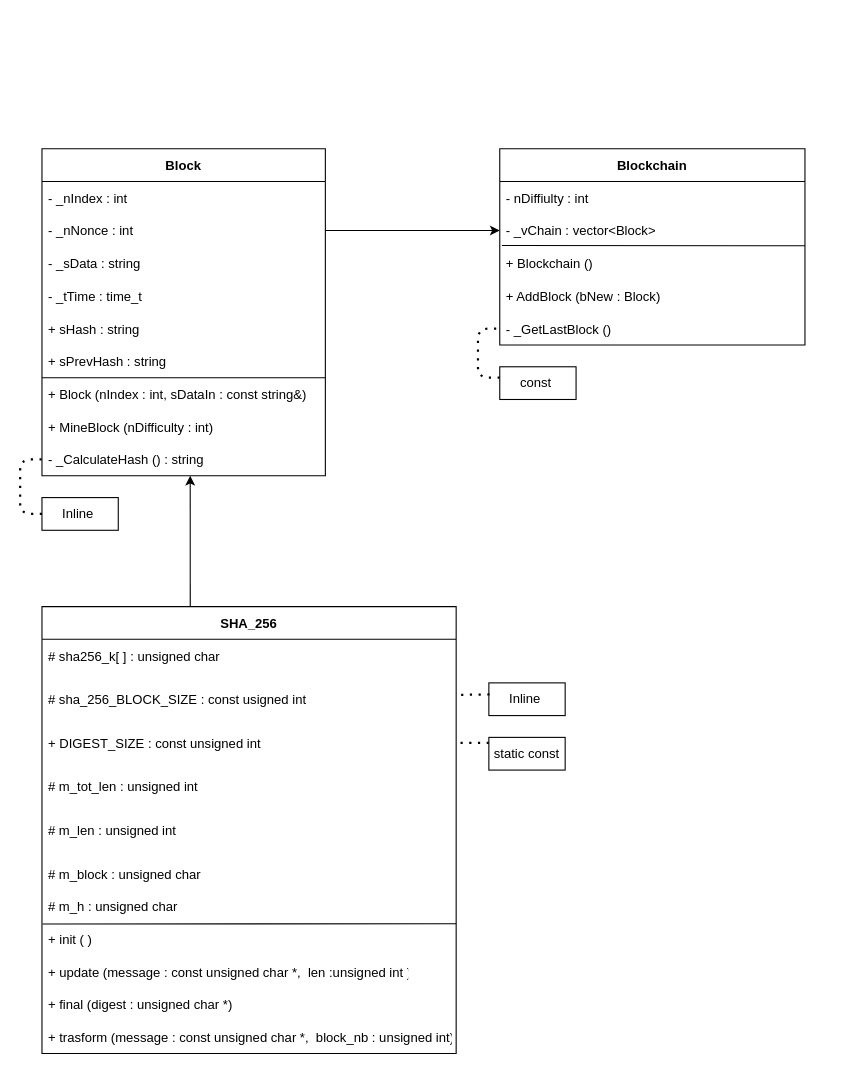
The draw.io diagram Blockchain.drawio in nameisalfio/BlockChain, before the edit. Source tidied: cells renumbered, new cells numbered last; positions are measured from the earlier drawing's top-left corner, leaving out a move shared by most shapes. Both pictures are drawn from the tidied source at 109%, with x=0, y=0 at pixel (20, 148).
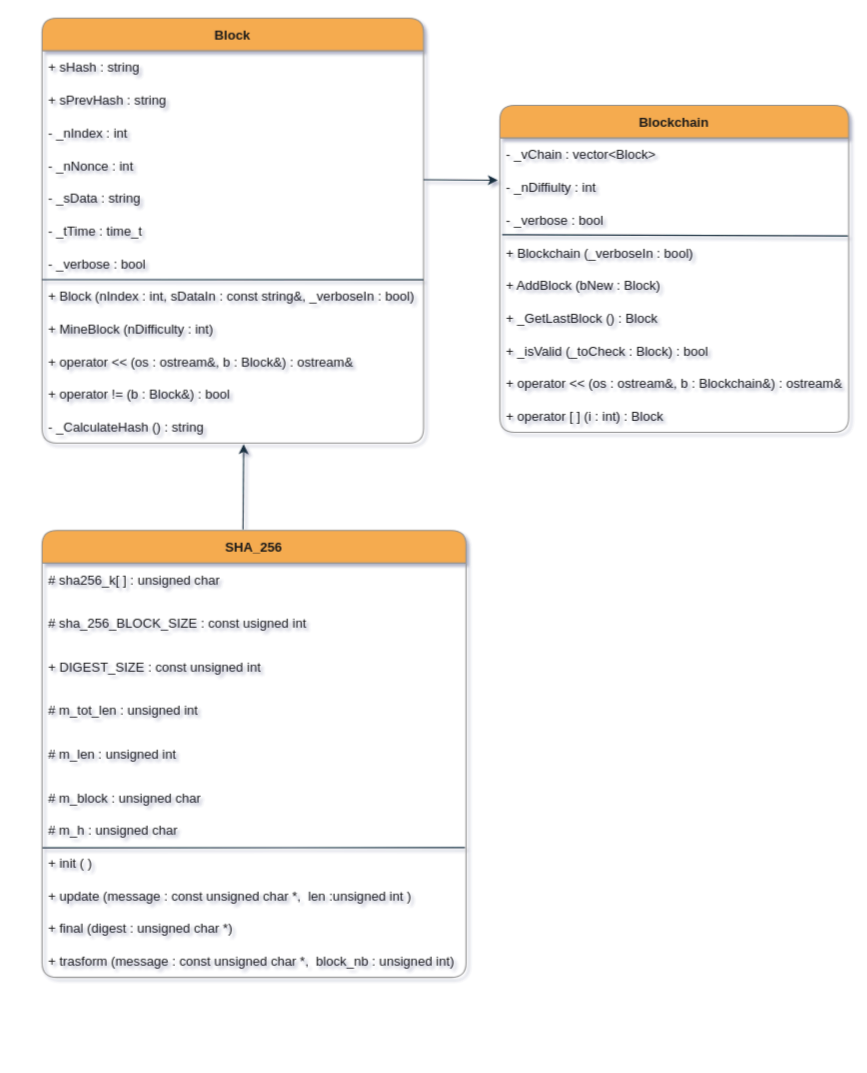
The same page after the edit.

Commit message (it also covers changes not shown here):
Update UML diagram

What changed in the source:
```diff
@@
-<mxGraphModel>
+<mxGraphModel background="#ffffff" shadow="1">
@@
-    <mxCell id="2" value="Block" style="swimlane;fontStyle=1;horizontal=1;startSize=30;" parent="1" vertex="1">
-      <mxGeometry x="20" width="260" height="300" as="geometry" />
+    <mxCell id="2" value="Block" style="swimlane;fontStyle=1;horizontal=1;startSize=30;fillColor=#F5AB50;strokeColor=#909090;fontColor=#1A1A1A;rounded=1;" parent="1" vertex="1">
+      <mxGeometry x="20" y="-120" width="350" height="390" as="geometry" />
     </mxCell>
+    <mxCell id="7" value="+ sHash : string" style="text;strokeColor=none;fillColor=none;align=left;verticalAlign=middle;spacingLeft=4;spacingRight=4;overflow=hidden;fontColor=#1A1A1A;rounded=1;" parent="2" vertex="1">
+      <mxGeometry y="30" width="350" height="30" as="geometry" />
+    </mxCell>
+    <mxCell id="43" value="+ sPrevHash : string" style="text;strokeColor=none;fillColor=none;align=left;verticalAlign=middle;spacingLeft=4;spacingRight=4;overflow=hidden;fontColor=#1A1A1A;rounded=1;" parent="2" vertex="1">
+      <mxGeometry y="60" width="350" height="30" as="geometry" />
+    </mxCell>
-    <mxCell id="3" value="- _nIndex : int" style="text;strokeColor=none;fillColor=none;align=left;verticalAlign=middle;spacingLeft=4;spacingRight=4;overflow=hidden;" parent="2" vertex="1">
-      <mxGeometry y="30" width="260" height="30" as="geometry" />
+    <mxCell id="3" value="- _nIndex : int" style="text;strokeColor=none;fillColor=none;align=left;verticalAlign=middle;spacingLeft=4;spacingRight=4;overflow=hidden;fontColor=#1A1A1A;rounded=1;" parent="2" vertex="1">
+      <mxGeometry y="90" width="350" height="30" as="geometry" />
     </mxCell>
-    <mxCell id="4" value="- _nNonce : int" style="text;strokeColor=none;fillColor=none;align=left;verticalAlign=middle;spacingLeft=4;spacingRight=4;overflow=hidden;" parent="2" vertex="1">
-      <mxGeometry y="60" width="260" height="30" as="geometry" />
+    <mxCell id="4" value="- _nNonce : int" style="text;strokeColor=none;fillColor=none;align=left;verticalAlign=middle;spacingLeft=4;spacingRight=4;overflow=hidden;fontColor=#1A1A1A;rounded=1;" parent="2" vertex="1">
+      <mxGeometry y="120" width="350" height="30" as="geometry" />
     </mxCell>
-    <mxCell id="5" value="- _sData : string" style="text;strokeColor=none;fillColor=none;align=left;verticalAlign=middle;spacingLeft=4;spacingRight=4;overflow=hidden;points=[[0,0.5],[1,0.5]];portConstraint=eastwest;" parent="2" vertex="1">
-      <mxGeometry y="90" width="260" height="30" as="geometry" />
+    <mxCell id="5" value="- _sData : string" style="text;strokeColor=none;fillColor=none;align=left;verticalAlign=middle;spacingLeft=4;spacingRight=4;overflow=hidden;points=[[0,0.5],[1,0.5]];portConstraint=eastwest;fontColor=#1A1A1A;rounded=1;" parent="2" vertex="1">
+      <mxGeometry y="150" width="350" height="30" as="geometry" />
     </mxCell>
-    <mxCell id="6" value="- _tTime : time_t" style="text;strokeColor=none;fillColor=none;align=left;verticalAlign=middle;spacingLeft=4;spacingRight=4;overflow=hidden;" parent="2" vertex="1">
-      <mxGeometry y="120" width="260" height="30" as="geometry" />
+    <mxCell id="6" value="- _tTime : time_t" style="text;strokeColor=none;fillColor=none;align=left;verticalAlign=middle;spacingLeft=4;spacingRight=4;overflow=hidden;fontColor=#1A1A1A;rounded=1;" parent="2" vertex="1">
+      <mxGeometry y="180" width="350" height="30" as="geometry" />
     </mxCell>
-    <mxCell id="7" value="+ sHash : string" style="text;strokeColor=none;fillColor=none;align=left;verticalAlign=middle;spacingLeft=4;spacingRight=4;overflow=hidden;" parent="2" vertex="1">
-      <mxGeometry y="150" width="260" height="30" as="geometry" />
-    </mxCell>
+    <mxCell id="44" value="- _verbose : bool" style="text;strokeColor=none;fillColor=none;align=left;verticalAlign=middle;spacingLeft=4;spacingRight=4;overflow=hidden;fontColor=#1A1A1A;rounded=1;" parent="2" vertex="1">
+      <mxGeometry y="210" width="350" height="30" as="geometry" />
+    </mxCell>
+    <mxCell id="10" style="endArrow=none;html=1;entryX=1;entryY=0.002;entryDx=0;entryDy=0;entryPerimeter=0;labelBackgroundColor=#EEEEEE;strokeColor=#182E3E;fontColor=#1A1A1A;curved=1;" parent="2" edge="1" target="9">
+      <mxGeometry relative="1" as="geometry">
+        <mxPoint y="240" as="sourcePoint" />
+      </mxGeometry>
+    </mxCell>
+    <mxCell id="9" value="+ Block (nIndex : int, sDataIn : const string&amp;, _verboseIn : bool)" style="text;strokeColor=none;fillColor=none;align=left;verticalAlign=middle;spacingLeft=4;spacingRight=4;overflow=hidden;points=[[0,0.5],[1,0.5]];portConstraint=eastwest;fontColor=#1A1A1A;rounded=1;" parent="2" vertex="1">
+      <mxGeometry y="240" width="350" height="30" as="geometry" />
+    </mxCell>
+    <mxCell id="11" value="+ MineBlock (nDifficulty : int)" style="text;strokeColor=none;fillColor=none;align=left;verticalAlign=middle;spacingLeft=4;spacingRight=4;overflow=hidden;fontColor=#1A1A1A;rounded=1;" parent="2" vertex="1">
+      <mxGeometry y="270" width="350" height="30" as="geometry" />
+    </mxCell>
+    <mxCell id="45" value="+ operator &lt;&lt; (os : ostream&amp;, b : Block&amp;) : ostream&amp; " style="text;strokeColor=none;fillColor=none;align=left;verticalAlign=middle;spacingLeft=4;spacingRight=4;overflow=hidden;fontColor=#1A1A1A;rounded=1;" parent="2" vertex="1">
+      <mxGeometry y="300" width="350" height="30" as="geometry" />
+    </mxCell>
-    <mxCell id="8" value="+ sPrevHash : string" style="text;strokeColor=none;fillColor=none;align=left;verticalAlign=middle;spacingLeft=4;spacingRight=4;overflow=hidden;" parent="2" vertex="1">
-      <mxGeometry y="180" width="260" height="30" as="geometry" />
+    <mxCell id="8" value="+ operator != (b : Block&amp;) : bool" style="text;strokeColor=none;fillColor=none;align=left;verticalAlign=middle;spacingLeft=4;spacingRight=4;overflow=hidden;fontColor=#1A1A1A;rounded=1;" parent="2" vertex="1">
+      <mxGeometry y="330" width="350" height="30" as="geometry" />
     </mxCell>
-    <mxCell id="9" value="+ Block (nIndex : int, sDataIn : const string&amp;)" style="text;strokeColor=none;fillColor=none;align=left;verticalAlign=middle;spacingLeft=4;spacingRight=4;overflow=hidden;points=[[0,0.5],[1,0.5]];portConstraint=eastwest;" parent="2" vertex="1">
-      <mxGeometry y="210" width="260" height="30" as="geometry" />
-    </mxCell>
-    <mxCell id="10" style="endArrow=none;html=1;" parent="2" edge="1">
-      <mxGeometry relative="1" as="geometry">
-        <mxPoint y="210" as="sourcePoint" />
-        <mxPoint x="260" y="210" as="targetPoint" />
-      </mxGeometry>
-    </mxCell>
-    <mxCell id="11" value="+ MineBlock (nDifficulty : int)" style="text;strokeColor=none;fillColor=none;align=left;verticalAlign=middle;spacingLeft=4;spacingRight=4;overflow=hidden;" parent="2" vertex="1">
-      <mxGeometry y="240" width="260" height="30" as="geometry" />
-    </mxCell>
-    <mxCell id="12" value="- _CalculateHash () : string" style="text;strokeColor=none;fillColor=none;align=left;verticalAlign=middle;spacingLeft=4;spacingRight=4;overflow=hidden;points=[[0,0.5],[1,0.5]];portConstraint=eastwest;" parent="2" vertex="1">
-      <mxGeometry y="270" width="260" height="30" as="geometry" />
+    <mxCell id="12" value="- _CalculateHash () : string" style="text;strokeColor=none;fillColor=none;align=left;verticalAlign=middle;spacingLeft=4;spacingRight=4;overflow=hidden;points=[[0,0.5],[1,0.5]];portConstraint=eastwest;fontColor=#1A1A1A;rounded=1;" parent="2" vertex="1">
+      <mxGeometry y="360" width="350" height="30" as="geometry" />
     </mxCell>
-    <mxCell id="13" value="Inline&amp;nbsp;" style="rounded=0;whiteSpace=wrap;html=1;" parent="1" vertex="1">
-      <mxGeometry x="20" y="320" width="70" height="30" as="geometry" />
-    </mxCell>
-    <mxCell id="14" style="endArrow=none;dashed=1;html=1;dashPattern=1 3;strokeWidth=2;entryX=0;entryY=0.5;entryDx=0;entryDy=0;exitX=0;exitY=0.5;exitDx=0;exitDy=0;" parent="1" edge="1" source="13" target="12">
-      <mxGeometry relative="1" as="geometry">
-        <Array as="points">
-          <mxPoint y="335" />
-          <mxPoint y="285" />
-        </Array>
-      </mxGeometry>
-    </mxCell>
-    <mxCell id="15" value="Blockchain" style="swimlane;fontStyle=1;horizontal=1;startSize=30;" parent="1" vertex="1">
-      <mxGeometry x="440" width="280" height="180" as="geometry" />
+    <mxCell id="15" value="Blockchain" style="swimlane;fontStyle=1;horizontal=1;startSize=30;fillColor=#F5AB50;strokeColor=#909090;fontColor=#1A1A1A;rounded=1;" parent="1" vertex="1">
+      <mxGeometry x="440" y="-40" width="320" height="300" as="geometry" />
     </mxCell>
+    <mxCell id="46" value="- _vChain : vector&lt;Block&gt;" style="text;strokeColor=none;fillColor=none;align=left;verticalAlign=middle;spacingLeft=4;spacingRight=4;overflow=hidden;fontColor=#1A1A1A;rounded=1;" parent="15" vertex="1">
+      <mxGeometry y="30" width="320" height="30" as="geometry" />
+    </mxCell>
-    <mxCell id="16" value="- nDiffiulty : int" style="text;strokeColor=none;fillColor=none;align=left;verticalAlign=middle;spacingLeft=4;spacingRight=4;overflow=hidden;points=[[0,0.5],[1,0.5]];portConstraint=eastwest;" parent="15" vertex="1">
-      <mxGeometry y="30" width="280" height="30" as="geometry" />
+    <mxCell id="16" value="- _nDiffiulty : int" style="text;strokeColor=none;fillColor=none;align=left;verticalAlign=middle;spacingLeft=4;spacingRight=4;overflow=hidden;points=[[0,0.5],[1,0.5]];portConstraint=eastwest;fontColor=#1A1A1A;rounded=1;" parent="15" vertex="1">
+      <mxGeometry y="60" width="320" height="30" as="geometry" />
     </mxCell>
-    <mxCell id="17" value="- _vChain : vector&lt;Block&gt;" style="text;strokeColor=none;fillColor=none;align=left;verticalAlign=middle;spacingLeft=4;spacingRight=4;overflow=hidden;points=[[0,0.5],[1,0.5]];portConstraint=eastwest;" parent="15" vertex="1">
-      <mxGeometry y="60" width="280" height="30" as="geometry" />
+    <mxCell id="17" value="- _verbose : bool" style="text;strokeColor=none;fillColor=none;align=left;verticalAlign=middle;spacingLeft=4;spacingRight=4;overflow=hidden;points=[[0,0.5],[1,0.5]];portConstraint=eastwest;fontColor=#1A1A1A;rounded=1;" parent="15" vertex="1">
+      <mxGeometry y="90" width="320" height="30" as="geometry" />
     </mxCell>
-    <mxCell id="18" value="+ Blockchain ()" style="text;strokeColor=none;fillColor=none;align=left;verticalAlign=middle;spacingLeft=4;spacingRight=4;overflow=hidden;points=[[0,0.5],[1,0.5]];portConstraint=eastwest;" parent="15" vertex="1">
-      <mxGeometry y="90" width="280" height="30" as="geometry" />
+    <mxCell id="18" value="+ Blockchain (_verboseIn : bool)" style="text;strokeColor=none;fillColor=none;align=left;verticalAlign=middle;spacingLeft=4;spacingRight=4;overflow=hidden;points=[[0,0.5],[1,0.5]];portConstraint=eastwest;fontColor=#1A1A1A;rounded=1;" parent="15" vertex="1">
+      <mxGeometry y="120" width="320" height="30" as="geometry" />
     </mxCell>
-    <mxCell id="19" value="+ AddBlock (bNew : Block)" style="text;strokeColor=none;fillColor=none;align=left;verticalAlign=middle;spacingLeft=4;spacingRight=4;overflow=hidden;" parent="15" vertex="1">
-      <mxGeometry y="120" width="280" height="30" as="geometry" />
+    <mxCell id="19" value="+ AddBlock (bNew : Block)" style="text;strokeColor=none;fillColor=none;align=left;verticalAlign=middle;spacingLeft=4;spacingRight=4;overflow=hidden;fontColor=#1A1A1A;rounded=1;" parent="15" vertex="1">
+      <mxGeometry y="150" width="320" height="30" as="geometry" />
     </mxCell>
-    <mxCell id="20" value="- _GetLastBlock () " style="text;strokeColor=none;fillColor=none;align=left;verticalAlign=middle;spacingLeft=4;spacingRight=4;overflow=hidden;points=[[0,0.5],[1,0.5]];portConstraint=eastwest;" parent="15" vertex="1">
-      <mxGeometry y="150" width="280" height="30" as="geometry" />
+    <mxCell id="20" value="+ _GetLastBlock () : Block" style="text;strokeColor=none;fillColor=none;align=left;verticalAlign=middle;spacingLeft=4;spacingRight=4;overflow=hidden;points=[[0,0.5],[1,0.5]];portConstraint=eastwest;fontColor=#1A1A1A;rounded=1;" parent="15" vertex="1">
+      <mxGeometry y="180" width="320" height="30" as="geometry" />
     </mxCell>
+    <mxCell id="47" value="+ _isValid (_toCheck : Block) : bool" style="text;strokeColor=none;fillColor=none;align=left;verticalAlign=middle;spacingLeft=4;spacingRight=4;overflow=hidden;fontColor=#1A1A1A;rounded=1;" parent="15" vertex="1">
+      <mxGeometry y="210" width="320" height="30" as="geometry" />
+    </mxCell>
+    <mxCell id="48" value="+ operator &lt;&lt; (os : ostream&amp;, b : Blockchain&amp;) : ostream&amp; " style="text;strokeColor=none;fillColor=none;align=left;verticalAlign=middle;spacingLeft=4;spacingRight=4;overflow=hidden;fontColor=#1A1A1A;rounded=1;" parent="15" vertex="1">
+      <mxGeometry y="240" width="320" height="30" as="geometry" />
+    </mxCell>
-    <mxCell id="21" style="endArrow=none;html=1;entryX=0.007;entryY=-0.042;entryDx=0;entryDy=0;entryPerimeter=0;" parent="15" edge="1" target="18">
-      <mxGeometry relative="1" as="geometry">
-        <mxPoint x="280" y="89" as="sourcePoint" />
-      </mxGeometry>
+    <mxCell id="21" style="endArrow=none;html=1;entryX=0.007;entryY=-0.042;entryDx=0;entryDy=0;entryPerimeter=0;exitX=0.998;exitY=0.997;exitDx=0;exitDy=0;exitPerimeter=0;labelBackgroundColor=#EEEEEE;strokeColor=#182E3E;fontColor=#1A1A1A;curved=1;" parent="15" edge="1" source="17" target="18">
+      <mxGeometry relative="1" as="geometry" />
     </mxCell>
-    <mxCell id="22" style="endArrow=none;dashed=1;html=1;dashPattern=1 3;strokeWidth=2;entryX=0;entryY=0.5;entryDx=0;entryDy=0;" parent="1" edge="1" target="20">
-      <mxGeometry relative="1" as="geometry">
-        <mxPoint x="440" y="210" as="sourcePoint" />
-        <Array as="points">
-          <mxPoint x="420" y="210" />
-          <mxPoint x="420" y="165" />
-        </Array>
-      </mxGeometry>
-    </mxCell>
-    <mxCell id="23" value="const&amp;nbsp;" style="rounded=0;whiteSpace=wrap;html=1;" parent="1" vertex="1">
-      <mxGeometry x="440" y="200" width="70" height="30" as="geometry" />
-    </mxCell>
+    <mxCell id="49" value="+ operator [ ] (i : int) : Block " style="text;strokeColor=none;fillColor=none;align=left;verticalAlign=middle;spacingLeft=4;spacingRight=4;overflow=hidden;fontColor=#1A1A1A;rounded=1;" parent="15" vertex="1">
+      <mxGeometry y="270" width="320" height="30" as="geometry" />
+    </mxCell>
-    <mxCell id="24" style="endArrow=classic;html=1;exitX=1;exitY=0.25;exitDx=0;exitDy=0;entryX=0;entryY=0.5;entryDx=0;entryDy=0;" parent="1" edge="1" source="2" target="17">
+    <mxCell id="24" style="endArrow=classic;html=1;exitX=1;exitY=-0.058;exitDx=0;exitDy=0;exitPerimeter=0;entryX=-0.006;entryY=0.293;entryDx=0;entryDy=0;entryPerimeter=0;labelBackgroundColor=#EEEEEE;strokeColor=#182E3E;fontColor=#1A1A1A;curved=1;" parent="1" edge="1" source="5" target="16">
       <mxGeometry relative="1" as="geometry" />
     </mxCell>
-    <mxCell id="25" value="SHA_256" style="swimlane;startSize=30;" parent="1" vertex="1">
-      <mxGeometry x="20" y="420" width="380" height="410" as="geometry" />
+    <mxCell id="25" value="SHA_256" style="swimlane;startSize=30;fillColor=#F5AB50;strokeColor=#909090;fontColor=#1A1A1A;rounded=1;" parent="1" vertex="1">
+      <mxGeometry x="20" y="350" width="389" height="410" as="geometry" />
     </mxCell>
-    <mxCell id="26" value="# sha256_k[ ] : unsigned char" style="text;strokeColor=none;fillColor=none;align=left;verticalAlign=middle;spacingLeft=4;spacingRight=4;overflow=hidden;" parent="25" vertex="1">
+    <mxCell id="26" value="# sha256_k[ ] : unsigned char" style="text;strokeColor=none;fillColor=none;align=left;verticalAlign=middle;spacingLeft=4;spacingRight=4;overflow=hidden;fontColor=#1A1A1A;rounded=1;" parent="25" vertex="1">
       <mxGeometry y="30" width="260" height="30" as="geometry" />
     </mxCell>
-    <mxCell id="27" value="# sha_256_BLOCK_SIZE : const usigned int" style="text;strokeColor=none;fillColor=none;align=left;verticalAlign=middle;spacingLeft=4;spacingRight=4;overflow=hidden;" parent="25" vertex="1">
+    <mxCell id="27" value="# sha_256_BLOCK_SIZE : const usigned int" style="text;strokeColor=none;fillColor=none;align=left;verticalAlign=middle;spacingLeft=4;spacingRight=4;overflow=hidden;fontColor=#1A1A1A;rounded=1;" parent="25" vertex="1">
       <mxGeometry y="70" width="260" height="30" as="geometry" />
     </mxCell>
-    <mxCell id="28" value="+ DIGEST_SIZE : const unsigned int" style="text;strokeColor=none;fillColor=none;align=left;verticalAlign=middle;spacingLeft=4;spacingRight=4;overflow=hidden;" parent="25" vertex="1">
+    <mxCell id="28" value="+ DIGEST_SIZE : const unsigned int" style="text;strokeColor=none;fillColor=none;align=left;verticalAlign=middle;spacingLeft=4;spacingRight=4;overflow=hidden;fontColor=#1A1A1A;rounded=1;" parent="25" vertex="1">
       <mxGeometry y="110" width="260" height="30" as="geometry" />
     </mxCell>
-    <mxCell id="29" value="# m_tot_len : unsigned int" style="text;strokeColor=none;fillColor=none;align=left;verticalAlign=middle;spacingLeft=4;spacingRight=4;overflow=hidden;" parent="25" vertex="1">
+    <mxCell id="29" value="# m_tot_len : unsigned int" style="text;strokeColor=none;fillColor=none;align=left;verticalAlign=middle;spacingLeft=4;spacingRight=4;overflow=hidden;fontColor=#1A1A1A;rounded=1;" parent="25" vertex="1">
       <mxGeometry y="150" width="260" height="30" as="geometry" />
     </mxCell>
-    <mxCell id="30" value="# m_len : unsigned int" style="text;strokeColor=none;fillColor=none;align=left;verticalAlign=middle;spacingLeft=4;spacingRight=4;overflow=hidden;" parent="25" vertex="1">
+    <mxCell id="30" value="# m_len : unsigned int" style="text;strokeColor=none;fillColor=none;align=left;verticalAlign=middle;spacingLeft=4;spacingRight=4;overflow=hidden;fontColor=#1A1A1A;rounded=1;" parent="25" vertex="1">
       <mxGeometry y="190" width="260" height="30" as="geometry" />
     </mxCell>
-    <mxCell id="31" value="# m_block : unsigned char" style="text;strokeColor=none;fillColor=none;align=left;verticalAlign=middle;spacingLeft=4;spacingRight=4;overflow=hidden;" parent="25" vertex="1">
+    <mxCell id="31" value="# m_block : unsigned char" style="text;strokeColor=none;fillColor=none;align=left;verticalAlign=middle;spacingLeft=4;spacingRight=4;overflow=hidden;fontColor=#1A1A1A;rounded=1;" parent="25" vertex="1">
       <mxGeometry y="230" width="260" height="30" as="geometry" />
     </mxCell>
-    <mxCell id="32" value="# m_h : unsigned char" style="text;strokeColor=none;fillColor=none;align=left;verticalAlign=middle;spacingLeft=4;spacingRight=4;overflow=hidden;points=[[0,0.5],[1,0.5]];portConstraint=eastwest;" parent="25" vertex="1">
+    <mxCell id="32" value="# m_h : unsigned char" style="text;strokeColor=none;fillColor=none;align=left;verticalAlign=middle;spacingLeft=4;spacingRight=4;overflow=hidden;points=[[0,0.5],[1,0.5]];portConstraint=eastwest;fontColor=#1A1A1A;rounded=1;" parent="25" vertex="1">
       <mxGeometry y="260" width="260" height="30" as="geometry" />
     </mxCell>
-    <mxCell id="33" style="endArrow=none;html=1;exitX=0.002;exitY=1.04;exitDx=0;exitDy=0;exitPerimeter=0;" parent="25" edge="1" source="32">
+    <mxCell id="33" style="endArrow=none;html=1;exitX=0.002;exitY=1.04;exitDx=0;exitDy=0;exitPerimeter=0;labelBackgroundColor=#EEEEEE;strokeColor=#182E3E;fontColor=#1A1A1A;curved=1;" parent="25" edge="1" source="32">
       <mxGeometry relative="1" as="geometry">
-        <mxPoint x="380" y="291" as="targetPoint" />
+        <mxPoint x="388" y="291" as="targetPoint" />
       </mxGeometry>
     </mxCell>
-    <mxCell id="34" value="+ init ( )" style="text;strokeColor=none;fillColor=none;align=left;verticalAlign=middle;spacingLeft=4;spacingRight=4;overflow=hidden;" parent="25" vertex="1">
+    <mxCell id="34" value="+ init ( )" style="text;strokeColor=none;fillColor=none;align=left;verticalAlign=middle;spacingLeft=4;spacingRight=4;overflow=hidden;fontColor=#1A1A1A;rounded=1;" parent="25" vertex="1">
       <mxGeometry y="290" width="260" height="30" as="geometry" />
     </mxCell>
-    <mxCell id="35" value="+ update (message : const unsigned char *,  len :unsigned int )" style="text;strokeColor=none;fillColor=none;align=left;verticalAlign=middle;spacingLeft=4;spacingRight=4;overflow=hidden;fontStyle=0;" parent="25" vertex="1">
-      <mxGeometry y="320" width="340" height="30" as="geometry" />
+    <mxCell id="35" value="+ update (message : const unsigned char *,  len :unsigned int )" style="text;strokeColor=none;fillColor=none;align=left;verticalAlign=middle;spacingLeft=4;spacingRight=4;overflow=hidden;fontStyle=0;fontColor=#1A1A1A;rounded=1;" parent="25" vertex="1">
+      <mxGeometry y="320" width="377" height="30" as="geometry" />
     </mxCell>
-    <mxCell id="36" value="+ final (digest : unsigned char *)" style="text;strokeColor=none;fillColor=none;align=left;verticalAlign=middle;spacingLeft=4;spacingRight=4;overflow=hidden;fontStyle=0;" parent="25" vertex="1">
+    <mxCell id="36" value="+ final (digest : unsigned char *)" style="text;strokeColor=none;fillColor=none;align=left;verticalAlign=middle;spacingLeft=4;spacingRight=4;overflow=hidden;fontStyle=0;fontColor=#1A1A1A;rounded=1;" parent="25" vertex="1">
       <mxGeometry y="350" width="340" height="30" as="geometry" />
     </mxCell>
-    <mxCell id="37" value="+ trasform (message : const unsigned char *,  block_nb : unsigned int)" style="text;strokeColor=none;fillColor=none;align=left;verticalAlign=middle;spacingLeft=4;spacingRight=4;overflow=hidden;fontStyle=0;" parent="25" vertex="1">
-      <mxGeometry y="380" width="380" height="30" as="geometry" />
+    <mxCell id="37" value="+ trasform (message : const unsigned char *,  block_nb : unsigned int)" style="text;strokeColor=none;fillColor=none;align=left;verticalAlign=middle;spacingLeft=4;spacingRight=4;overflow=hidden;fontStyle=0;fontColor=#1A1A1A;rounded=1;" parent="25" vertex="1">
+      <mxGeometry y="380" width="389" height="30" as="geometry" />
     </mxCell>
-    <mxCell id="38" style="endArrow=classic;html=1;exitX=0.358;exitY=0.001;exitDx=0;exitDy=0;exitPerimeter=0;" parent="1" edge="1" source="25">
+    <mxCell id="38" style="endArrow=classic;html=1;exitX=0.474;exitY=-0.002;exitDx=0;exitDy=0;exitPerimeter=0;labelBackgroundColor=#EEEEEE;strokeColor=#182E3E;fontColor=#1A1A1A;curved=1;" parent="1" edge="1" source="25">
       <mxGeometry relative="1" as="geometry">
-        <mxPoint x="156" y="300" as="targetPoint" />
+        <mxPoint x="205" y="271" as="targetPoint" />
       </mxGeometry>
     </mxCell>
-    <mxCell id="39" value="Inline&amp;nbsp;" style="rounded=0;whiteSpace=wrap;html=1;" parent="1" vertex="1">
-      <mxGeometry x="430" y="490" width="70" height="30" as="geometry" />
-    </mxCell>
-    <mxCell id="40" style="endArrow=none;dashed=1;html=1;dashPattern=1 3;strokeWidth=2;exitX=0.008;exitY=0.354;exitDx=0;exitDy=0;exitPerimeter=0;" parent="1" edge="1" source="39">
-      <mxGeometry relative="1" as="geometry">
-        <mxPoint x="400" y="501" as="targetPoint" />
-      </mxGeometry>
-    </mxCell>
-    <mxCell id="41" style="endArrow=none;dashed=1;html=1;dashPattern=1 3;strokeWidth=2;exitX=0;exitY=0.167;exitDx=0;exitDy=0;exitPerimeter=0;" parent="1" edge="1" source="42">
-      <mxGeometry relative="1" as="geometry">
-        <mxPoint x="400" y="545" as="targetPoint" />
-      </mxGeometry>
-    </mxCell>
-    <mxCell id="42" value="static const" style="rounded=0;whiteSpace=wrap;html=1;" parent="1" vertex="1">
-      <mxGeometry x="430" y="540" width="70" height="30" as="geometry" />
-    </mxCell>
```
